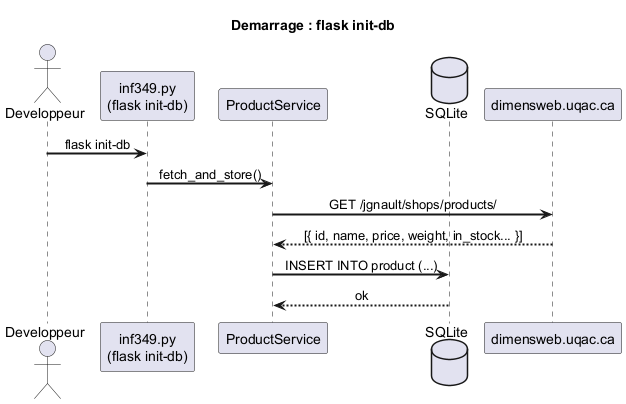
Above: docs/seq_01_init.png in but-yohan-carvalho/application-web (PlantUML), before the change. Source of this version:
```plantuml
@startuml seq_01_init

skinparam sequenceMessageAlign center
skinparam responseMessageBelowArrow true
skinparam sequenceArrowThickness 2

title Demarrage : flask init-db

actor       Developpeur
participant "inf349.py\n(flask init-db)" as App
participant "ProductService" as PS
database    "SQLite"         as DB
participant "dimensweb.uqac.ca" as EXT

Developpeur -> App : flask init-db
App -> PS  : fetch_and_store()
PS -> EXT     : GET /jgnault/shops/products/
EXT --> PS    : [{ id, name, price, weight, in_stock... }]
PS -> DB      : INSERT INTO product (...)
DB --> PS     : ok

@enduml
```
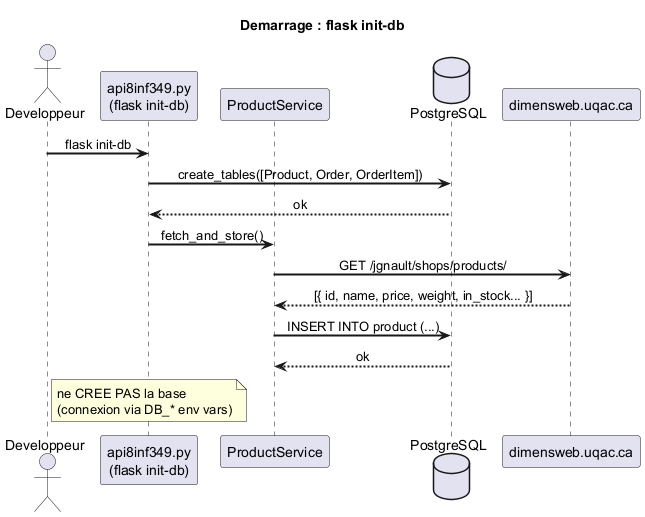
Above is the later version.

Diff of the diagram source:
```diff
@@ -7,16 +7,20 @@
 title Demarrage : flask init-db
 
 actor       Developpeur
-participant "inf349.py\n(flask init-db)" as App
+participant "api8inf349.py\n(flask init-db)" as App
 participant "ProductService" as PS
-database    "SQLite"         as DB
+database    "PostgreSQL"     as DB
 participant "dimensweb.uqac.ca" as EXT
 
 Developpeur -> App : flask init-db
+App -> DB  : create_tables([Product, Order, OrderItem])
+DB --> App : ok
 App -> PS  : fetch_and_store()
 PS -> EXT     : GET /jgnault/shops/products/
 EXT --> PS    : [{ id, name, price, weight, in_stock... }]
 PS -> DB      : INSERT INTO product (...)
 DB --> PS     : ok
 
+note over App : ne CREE PAS la base\n(connexion via DB_* env vars)
+
 @enduml
```
